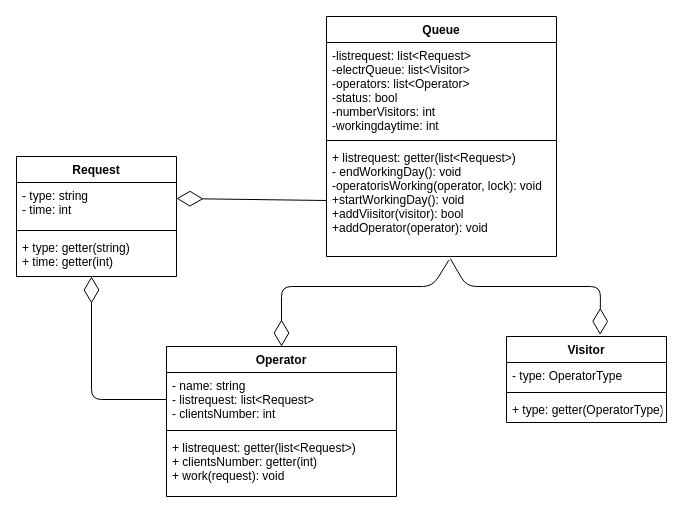
Above: 3/draw.drawio in Gremlinden/OOP (draw.io), before the change. Source tidied: cells renumbered, new cells numbered last; positions are measured from the earlier drawing's top-left corner, leaving out a move shared by most shapes. Both pictures are drawn from the tidied source at 100%, with x=0, y=0 at pixel (16, 16).
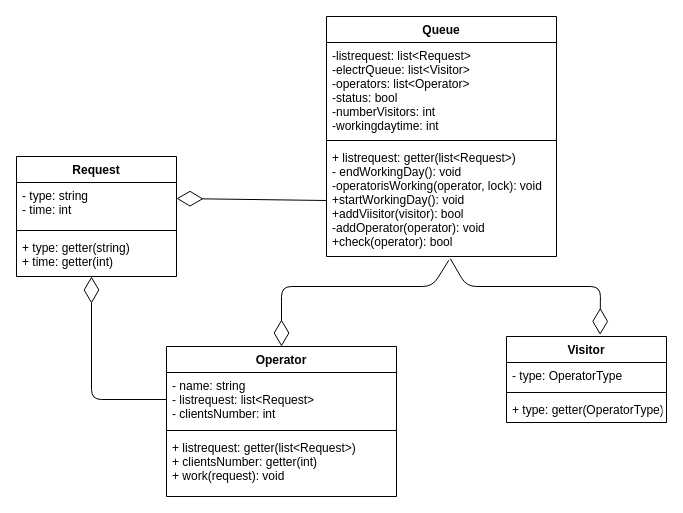
After the change.

The change refers to these unchanged cells:
```xml
<mxCell id="2" value="Queue" style="swimlane;fontStyle=1;align=center;verticalAlign=top;horizontal=1;startSize=26;" parent="1" vertex="1">
  <mxGeometry x="310" width="230" height="240" as="geometry" />
</mxCell>
```

The edit, as a diff of the source:
```diff
@@
-    <mxCell id="5" value="+ listrequest: getter(list&lt;Request&gt;)&#10;- endWorkingDay(): void&#10;-operatorisWorking(operator, lock): void&#10;+startWorkingDay(): void&#10;+addViisitor(visitor): bool&#10;+addOperator(operator): void&#10;" style="text;strokeColor=none;fillColor=none;align=left;verticalAlign=top;spacingLeft=4;spacingRight=4;overflow=hidden;points=[[0,0.5],[1,0.5]];portConstraint=eastwest;" parent="2" vertex="1">
+    <mxCell id="5" value="+ listrequest: getter(list&lt;Request&gt;)&#10;- endWorkingDay(): void&#10;-operatorisWorking(operator, lock): void&#10;+startWorkingDay(): void&#10;+addViisitor(visitor): bool&#10;-addOperator(operator): void&#10;+check(operator): bool" style="text;strokeColor=none;fillColor=none;align=left;verticalAlign=top;spacingLeft=4;spacingRight=4;overflow=hidden;points=[[0,0.5],[1,0.5]];portConstraint=eastwest;" parent="2" vertex="1">
       <mxGeometry y="128" width="230" height="112" as="geometry" />
     </mxCell>
```
